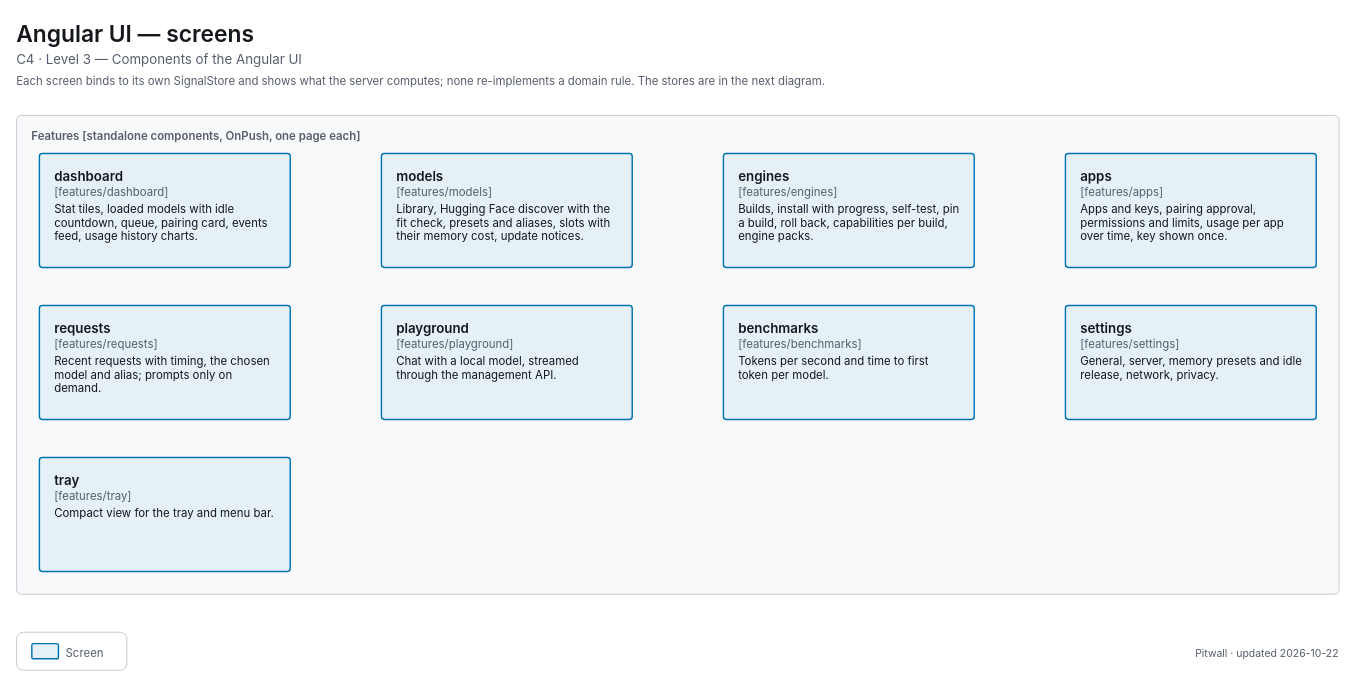
The draw.io diagram apps/pitwall/docs/diagrams/c4-3-ui-features.drawio in decryp7/paddock, before the edit. Source tidied: cells renumbered, new cells numbered last; positions are measured from the earlier drawing's top-left corner, leaving out a move shared by most shapes. Both pictures are drawn from the tidied source at 95%, with x=0, y=0 at pixel (16, 16).
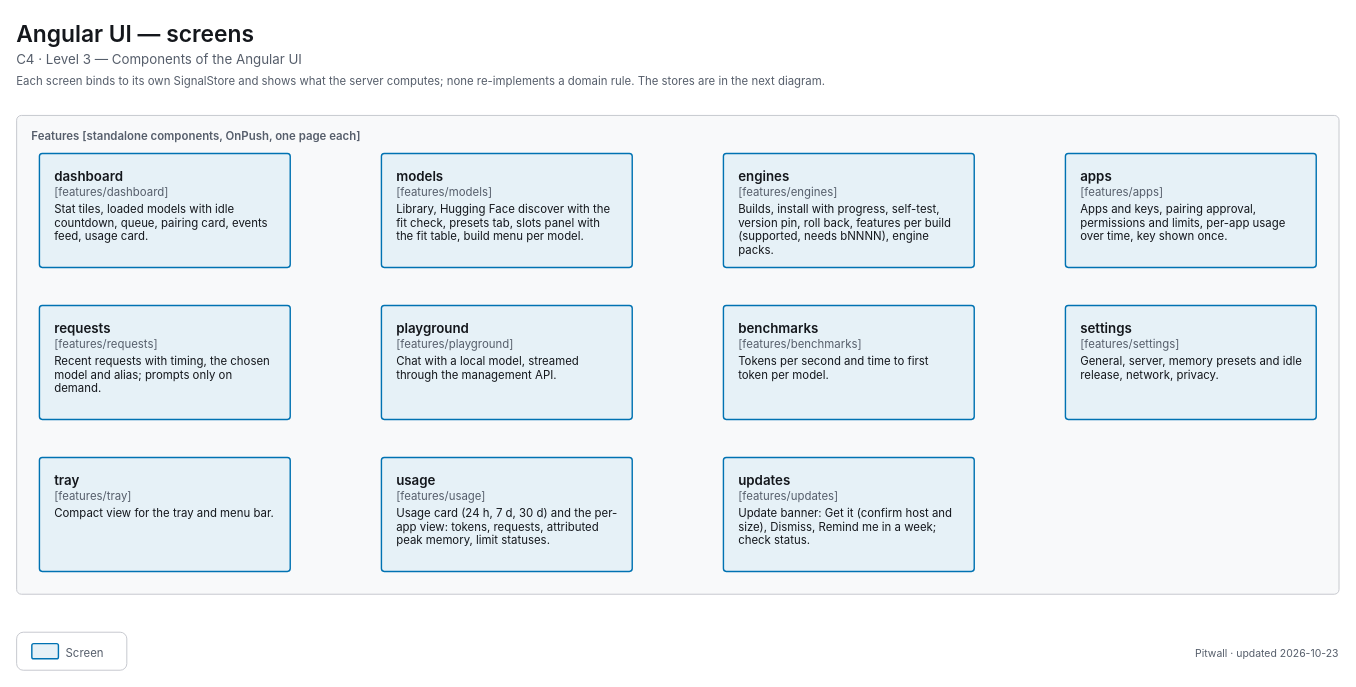
The same diagram, later.

Change to the diagram source:
```diff
@@
-    <mxCell id="6" value="&lt;span style=&quot;font-size:14px;font-weight:600&quot;&gt;dashboard&lt;/span&gt;&lt;br&gt;&lt;span style=&quot;font-size:12px;color:light-dark(#565E6B,#A0A7B2)&quot;&gt;[features/dashboard]&lt;/span&gt;&lt;br&gt;&lt;div style=&quot;margin-top:4px;font-size:12px&quot;&gt;Stat tiles, loaded models with idle countdown, queue, pairing card, events feed, usage history charts.&lt;/div&gt;" style="html=1;whiteSpace=wrap;fontFamily=-apple-system,BlinkMacSystemFont,Segoe UI,system-ui,sans-serif;fontSize=12;fontColor=light-dark(#14171C,#ECEEF1);rounded=1;absoluteArcSize=1;arcSize=6;strokeWidth=1.5;strokeColor=light-dark(#0072B2,#56B4E9);fillColor=light-dark(#E6F1F7,#1F303C);align=left;verticalAlign=top;spacingLeft=14;spacingRight=14;spacingTop=10;spacingBottom=8;" parent="1" vertex="1">
+    <mxCell id="6" value="&lt;span style=&quot;font-size:14px;font-weight:600&quot;&gt;dashboard&lt;/span&gt;&lt;br&gt;&lt;span style=&quot;font-size:12px;color:light-dark(#565E6B,#A0A7B2)&quot;&gt;[features/dashboard]&lt;/span&gt;&lt;br&gt;&lt;div style=&quot;margin-top:4px;font-size:12px&quot;&gt;Stat tiles, loaded models with idle countdown, queue, pairing card, events feed, usage card.&lt;/div&gt;" style="html=1;whiteSpace=wrap;fontFamily=-apple-system,BlinkMacSystemFont,Segoe UI,system-ui,sans-serif;fontSize=12;fontColor=light-dark(#14171C,#ECEEF1);rounded=1;absoluteArcSize=1;arcSize=6;strokeWidth=1.5;strokeColor=light-dark(#0072B2,#56B4E9);fillColor=light-dark(#E6F1F7,#1F303C);align=left;verticalAlign=top;spacingLeft=14;spacingRight=14;spacingTop=10;spacingBottom=8;" parent="1" vertex="1">
       <mxGeometry x="24" y="144" width="264" height="120" as="geometry" />
     </mxCell>
-    <mxCell id="7" value="&lt;span style=&quot;font-size:14px;font-weight:600&quot;&gt;models&lt;/span&gt;&lt;br&gt;&lt;span style=&quot;font-size:12px;color:light-dark(#565E6B,#A0A7B2)&quot;&gt;[features/models]&lt;/span&gt;&lt;br&gt;&lt;div style=&quot;margin-top:4px;font-size:12px&quot;&gt;Library, Hugging Face discover with the fit check, presets and aliases, slots with their memory cost, update notices.&lt;/div&gt;" style="html=1;whiteSpace=wrap;fontFamily=-apple-system,BlinkMacSystemFont,Segoe UI,system-ui,sans-serif;fontSize=12;fontColor=light-dark(#14171C,#ECEEF1);rounded=1;absoluteArcSize=1;arcSize=6;strokeWidth=1.5;strokeColor=light-dark(#0072B2,#56B4E9);fillColor=light-dark(#E6F1F7,#1F303C);align=left;verticalAlign=top;spacingLeft=14;spacingRight=14;spacingTop=10;spacingBottom=8;" parent="1" vertex="1">
+    <mxCell id="7" value="&lt;span style=&quot;font-size:14px;font-weight:600&quot;&gt;models&lt;/span&gt;&lt;br&gt;&lt;span style=&quot;font-size:12px;color:light-dark(#565E6B,#A0A7B2)&quot;&gt;[features/models]&lt;/span&gt;&lt;br&gt;&lt;div style=&quot;margin-top:4px;font-size:12px&quot;&gt;Library, Hugging Face discover with the fit check, presets tab, slots panel with the fit table, build menu per model.&lt;/div&gt;" style="html=1;whiteSpace=wrap;fontFamily=-apple-system,BlinkMacSystemFont,Segoe UI,system-ui,sans-serif;fontSize=12;fontColor=light-dark(#14171C,#ECEEF1);rounded=1;absoluteArcSize=1;arcSize=6;strokeWidth=1.5;strokeColor=light-dark(#0072B2,#56B4E9);fillColor=light-dark(#E6F1F7,#1F303C);align=left;verticalAlign=top;spacingLeft=14;spacingRight=14;spacingTop=10;spacingBottom=8;" parent="1" vertex="1">
       <mxGeometry x="384" y="144" width="264" height="120" as="geometry" />
     </mxCell>
-    <mxCell id="8" value="&lt;span style=&quot;font-size:14px;font-weight:600&quot;&gt;engines&lt;/span&gt;&lt;br&gt;&lt;span style=&quot;font-size:12px;color:light-dark(#565E6B,#A0A7B2)&quot;&gt;[features/engines]&lt;/span&gt;&lt;br&gt;&lt;div style=&quot;margin-top:4px;font-size:12px&quot;&gt;Builds, install with progress, self-test, pin a build, roll back, capabilities per build, engine packs.&lt;/div&gt;" style="html=1;whiteSpace=wrap;fontFamily=-apple-system,BlinkMacSystemFont,Segoe UI,system-ui,sans-serif;fontSize=12;fontColor=light-dark(#14171C,#ECEEF1);rounded=1;absoluteArcSize=1;arcSize=6;strokeWidth=1.5;strokeColor=light-dark(#0072B2,#56B4E9);fillColor=light-dark(#E6F1F7,#1F303C);align=left;verticalAlign=top;spacingLeft=14;spacingRight=14;spacingTop=10;spacingBottom=8;" parent="1" vertex="1">
+    <mxCell id="8" value="&lt;span style=&quot;font-size:14px;font-weight:600&quot;&gt;engines&lt;/span&gt;&lt;br&gt;&lt;span style=&quot;font-size:12px;color:light-dark(#565E6B,#A0A7B2)&quot;&gt;[features/engines]&lt;/span&gt;&lt;br&gt;&lt;div style=&quot;margin-top:4px;font-size:12px&quot;&gt;Builds, install with progress, self-test, version pin, roll back, features per build (supported, needs bNNNN), engine packs.&lt;/div&gt;" style="html=1;whiteSpace=wrap;fontFamily=-apple-system,BlinkMacSystemFont,Segoe UI,system-ui,sans-serif;fontSize=12;fontColor=light-dark(#14171C,#ECEEF1);rounded=1;absoluteArcSize=1;arcSize=6;strokeWidth=1.5;strokeColor=light-dark(#0072B2,#56B4E9);fillColor=light-dark(#E6F1F7,#1F303C);align=left;verticalAlign=top;spacingLeft=14;spacingRight=14;spacingTop=10;spacingBottom=8;" parent="1" vertex="1">
       <mxGeometry x="744" y="144" width="264" height="120" as="geometry" />
     </mxCell>
-    <mxCell id="9" value="&lt;span style=&quot;font-size:14px;font-weight:600&quot;&gt;apps&lt;/span&gt;&lt;br&gt;&lt;span style=&quot;font-size:12px;color:light-dark(#565E6B,#A0A7B2)&quot;&gt;[features/apps]&lt;/span&gt;&lt;br&gt;&lt;div style=&quot;margin-top:4px;font-size:12px&quot;&gt;Apps and keys, pairing approval, permissions and limits, usage per app over time, key shown once.&lt;/div&gt;" style="html=1;whiteSpace=wrap;fontFamily=-apple-system,BlinkMacSystemFont,Segoe UI,system-ui,sans-serif;fontSize=12;fontColor=light-dark(#14171C,#ECEEF1);rounded=1;absoluteArcSize=1;arcSize=6;strokeWidth=1.5;strokeColor=light-dark(#0072B2,#56B4E9);fillColor=light-dark(#E6F1F7,#1F303C);align=left;verticalAlign=top;spacingLeft=14;spacingRight=14;spacingTop=10;spacingBottom=8;" parent="1" vertex="1">
+    <mxCell id="9" value="&lt;span style=&quot;font-size:14px;font-weight:600&quot;&gt;apps&lt;/span&gt;&lt;br&gt;&lt;span style=&quot;font-size:12px;color:light-dark(#565E6B,#A0A7B2)&quot;&gt;[features/apps]&lt;/span&gt;&lt;br&gt;&lt;div style=&quot;margin-top:4px;font-size:12px&quot;&gt;Apps and keys, pairing approval, permissions and limits, per-app usage over time, key shown once.&lt;/div&gt;" style="html=1;whiteSpace=wrap;fontFamily=-apple-system,BlinkMacSystemFont,Segoe UI,system-ui,sans-serif;fontSize=12;fontColor=light-dark(#14171C,#ECEEF1);rounded=1;absoluteArcSize=1;arcSize=6;strokeWidth=1.5;strokeColor=light-dark(#0072B2,#56B4E9);fillColor=light-dark(#E6F1F7,#1F303C);align=left;verticalAlign=top;spacingLeft=14;spacingRight=14;spacingTop=10;spacingBottom=8;" parent="1" vertex="1">
       <mxGeometry x="1104" y="144" width="264" height="120" as="geometry" />
     </mxCell>
@@
+    <mxCell id="19" value="&lt;span style=&quot;font-size:14px;font-weight:600&quot;&gt;usage&lt;/span&gt;&lt;br&gt;&lt;span style=&quot;font-size:12px;color:light-dark(#565E6B,#A0A7B2)&quot;&gt;[features/usage]&lt;/span&gt;&lt;br&gt;&lt;div style=&quot;margin-top:4px;font-size:12px&quot;&gt;Usage card (24 h, 7 d, 30 d) and the per-app view: tokens, requests, attributed peak memory, limit statuses.&lt;/div&gt;" style="html=1;whiteSpace=wrap;fontFamily=-apple-system,BlinkMacSystemFont,Segoe UI,system-ui,sans-serif;fontSize=12;fontColor=light-dark(#14171C,#ECEEF1);rounded=1;absoluteArcSize=1;arcSize=6;strokeWidth=1.5;strokeColor=light-dark(#0072B2,#56B4E9);fillColor=light-dark(#E6F1F7,#1F303C);align=left;verticalAlign=top;spacingLeft=14;spacingRight=14;spacingTop=10;spacingBottom=8;" parent="1" vertex="1">
+      <mxGeometry x="384" y="464" width="264" height="120" as="geometry" />
+    </mxCell>
+    <mxCell id="20" value="&lt;span style=&quot;font-size:14px;font-weight:600&quot;&gt;updates&lt;/span&gt;&lt;br&gt;&lt;span style=&quot;font-size:12px;color:light-dark(#565E6B,#A0A7B2)&quot;&gt;[features/updates]&lt;/span&gt;&lt;br&gt;&lt;div style=&quot;margin-top:4px;font-size:12px&quot;&gt;Update banner: Get it (confirm host and size), Dismiss, Remind me in a week; check status.&lt;/div&gt;" style="html=1;whiteSpace=wrap;fontFamily=-apple-system,BlinkMacSystemFont,Segoe UI,system-ui,sans-serif;fontSize=12;fontColor=light-dark(#14171C,#ECEEF1);rounded=1;absoluteArcSize=1;arcSize=6;strokeWidth=1.5;strokeColor=light-dark(#0072B2,#56B4E9);fillColor=light-dark(#E6F1F7,#1F303C);align=left;verticalAlign=top;spacingLeft=14;spacingRight=14;spacingTop=10;spacingBottom=8;" parent="1" vertex="1">
+      <mxGeometry x="744" y="464" width="264" height="120" as="geometry" />
+    </mxCell>
@@
-    <mxCell id="18" value="&lt;span style=&quot;font-size:11px;font-weight:400&quot;&gt;Pitwall · updated 2026-10-22&lt;/span&gt;" style="html=1;whiteSpace=wrap;fontFamily=-apple-system,BlinkMacSystemFont,Segoe UI,system-ui,sans-serif;fontSize=12;fontColor=light-dark(#14171C,#ECEEF1);text;strokeColor=none;fillColor=none;align=right;verticalAlign=top;spacing=0;fontColor=light-dark(#565E6B,#A0A7B2);" parent="1" vertex="1">
+    <mxCell id="18" value="&lt;span style=&quot;font-size:11px;font-weight:400&quot;&gt;Pitwall · updated 2026-10-23&lt;/span&gt;" style="html=1;whiteSpace=wrap;fontFamily=-apple-system,BlinkMacSystemFont,Segoe UI,system-ui,sans-serif;fontSize=12;fontColor=light-dark(#14171C,#ECEEF1);text;strokeColor=none;fillColor=none;align=right;verticalAlign=top;spacing=0;fontColor=light-dark(#565E6B,#A0A7B2);" parent="1" vertex="1">
       <mxGeometry x="1032" y="659" width="360" height="18" as="geometry" />
     </mxCell>
```
